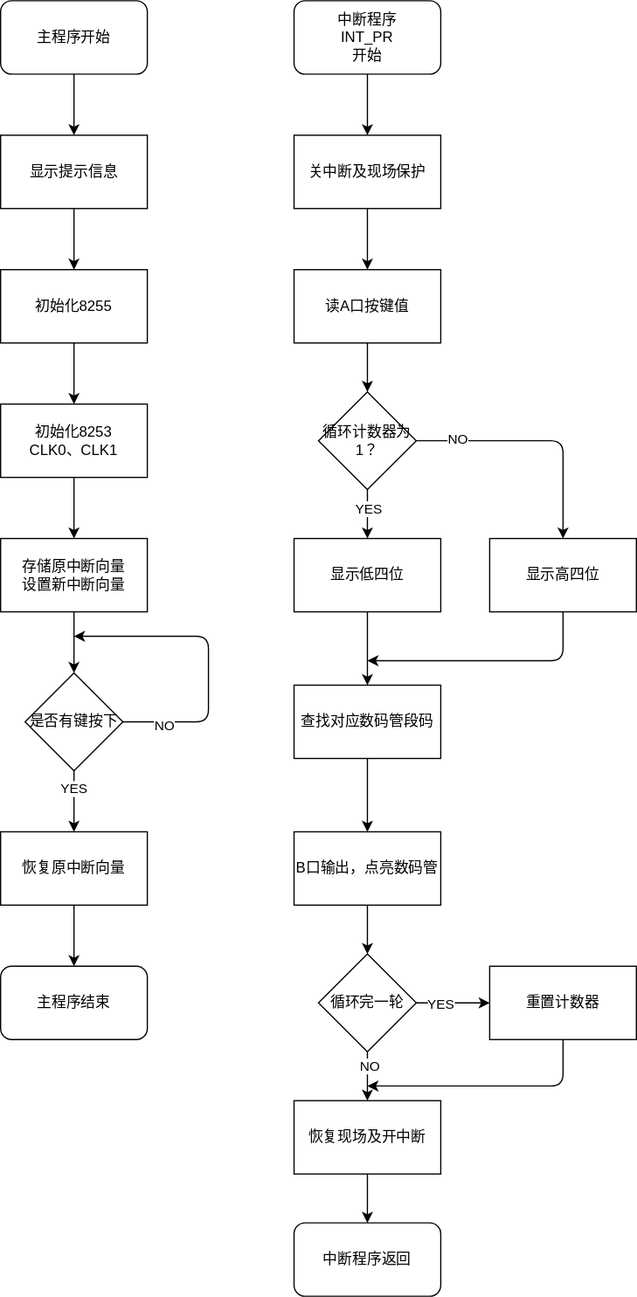
Earlier version of the draw.io export flow chart/basic_program.svg (stevenwwl/Microcomputer-Design-). Source tidied: cells renumbered, new cells last; positions are measured from the earlier drawing's top-left corner, leaving out a move shared by most shapes.
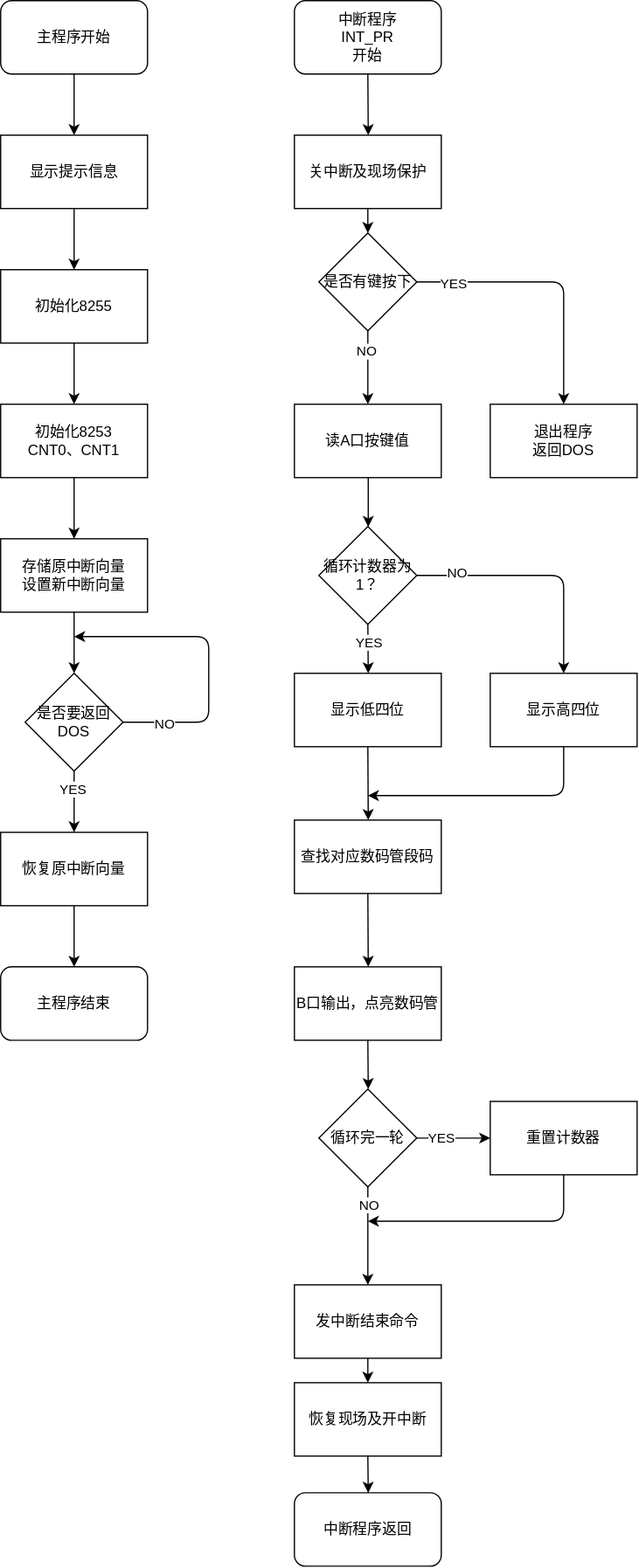
After the change.

Diff of the diagram source:
```diff
@@ -23,7 +23,7 @@
     <mxCell id="8" style="edgeStyle=orthogonalEdgeStyle;jettySize=auto;html=1;noEdgeStyle=1;orthogonal=1;" parent="1" edge="1" source="9" target="11">
       <mxGeometry relative="1" as="geometry" />
     </mxCell>
-    <mxCell id="9" value="初始化8253&lt;br&gt;CLK0、CLK1" style="whiteSpace=wrap;html=1;" parent="1" vertex="1">
+    <mxCell id="9" value="初始化8253&lt;br&gt;CNT0、CNT1" style="whiteSpace=wrap;html=1;" parent="1" vertex="1">
       <mxGeometry y="330" width="120" height="60" as="geometry" />
     </mxCell>
     <mxCell id="10" style="edgeStyle=orthogonalEdgeStyle;jettySize=auto;html=1;noEdgeStyle=1;orthogonal=1;" parent="1" edge="1" source="11" target="14">
@@ -38,7 +38,7 @@
     <mxCell id="13" value="YES" style="edgeLabel;html=1;align=center;verticalAlign=middle;" parent="12" vertex="1">
       <mxGeometry x="-0.44" y="-1" relative="1" as="geometry" />
     </mxCell>
-    <mxCell id="14" value="是否有键按下" style="rhombus;whiteSpace=wrap;html=1;" parent="1" vertex="1">
+    <mxCell id="14" value="是否要返回DOS" style="rhombus;whiteSpace=wrap;html=1;" parent="1" vertex="1">
       <mxGeometry x="20" y="550" width="80" height="80" as="geometry" />
     </mxCell>
     <mxCell id="15" value="主程序结束" style="whiteSpace=wrap;html=1;rounded=1;" parent="1" vertex="1">
@@ -61,109 +61,144 @@
     <mxCell id="19" value="中断程序&lt;br&gt;INT_PR&lt;br&gt;开始" style="whiteSpace=wrap;html=1;rounded=1;" parent="1" vertex="1">
       <mxGeometry x="240" width="120" height="60" as="geometry" />
     </mxCell>
-    <mxCell id="20" style="edgeStyle=elbowEdgeStyle;jettySize=auto;html=1;exitX=0.5;exitY=1;exitDx=0;exitDy=0;entryX=0.5;entryY=0;entryDx=0;entryDy=0;" parent="1" edge="1" source="21" target="23">
-      <mxGeometry relative="1" as="geometry" />
-    </mxCell>
     <mxCell id="21" value="关中断及现场保护" style="whiteSpace=wrap;html=1;" parent="1" vertex="1">
       <mxGeometry x="240" y="110" width="120" height="60" as="geometry" />
     </mxCell>
+    <mxCell id="47" style="edgeStyle=orthogonalEdgeStyle;rounded=0;jettySize=auto;html=1;exitX=0.5;exitY=1;exitDx=0;exitDy=0;entryX=0.5;entryY=0;entryDx=0;entryDy=0;" parent="1" edge="1" source="48" target="15">
+      <mxGeometry relative="1" as="geometry" />
+    </mxCell>
+    <mxCell id="48" value="恢复原中断向量" style="rounded=0;whiteSpace=wrap;html=1;" parent="1" vertex="1">
+      <mxGeometry y="680" width="120" height="60" as="geometry" />
+    </mxCell>
+    <mxCell id="49" style="group;" parent="1" vertex="1">
+      <mxGeometry x="240" y="330" width="280" height="950" as="geometry" />
+    </mxCell>
+    <mxCell id="23" value="读A口按键值" style="whiteSpace=wrap;html=1;" parent="49" vertex="1">
+      <mxGeometry width="120" height="60" as="geometry" />
+    </mxCell>
+    <mxCell id="28" value="循环计数器为1？" style="rhombus;whiteSpace=wrap;html=1;" parent="49" vertex="1">
+      <mxGeometry x="20" y="100" width="80" height="80" as="geometry" />
+    </mxCell>
-    <mxCell id="22" style="edgeStyle=elbowEdgeStyle;jettySize=auto;html=1;" parent="1" edge="1" source="23" target="28">
+    <mxCell id="22" style="edgeStyle=elbowEdgeStyle;jettySize=auto;html=1;" parent="49" edge="1" source="23" target="28">
       <mxGeometry relative="1" as="geometry" />
     </mxCell>
-    <mxCell id="23" value="读A口按键值" style="whiteSpace=wrap;html=1;" parent="1" vertex="1">
-      <mxGeometry x="240" y="220" width="120" height="60" as="geometry" />
-    </mxCell>
+    <mxCell id="30" value="显示低四位" style="whiteSpace=wrap;html=1;" parent="49" vertex="1">
+      <mxGeometry y="220" width="120" height="60" as="geometry" />
+    </mxCell>
-    <mxCell id="24" style="edgeStyle=elbowEdgeStyle;jettySize=auto;html=1;exitX=0.5;exitY=1;exitDx=0;exitDy=0;entryX=0.5;entryY=0;entryDx=0;entryDy=0;" parent="1" edge="1" source="28" target="30">
+    <mxCell id="24" style="edgeStyle=elbowEdgeStyle;jettySize=auto;html=1;exitX=0.5;exitY=1;exitDx=0;exitDy=0;entryX=0.5;entryY=0;entryDx=0;entryDy=0;" parent="49" edge="1" source="28" target="30">
       <mxGeometry relative="1" as="geometry" />
     </mxCell>
     <mxCell id="25" value="YES" style="edgeLabel;html=1;align=center;verticalAlign=middle;" parent="24" vertex="1">
       <mxGeometry x="-0.25" relative="1" as="geometry" />
     </mxCell>
+    <mxCell id="31" style="edgeStyle=elbowEdgeStyle;jettySize=auto;html=1;exitX=0.5;exitY=1;exitDx=0;exitDy=0;" parent="49" edge="1" source="32">
+      <mxGeometry relative="1" as="geometry">
+        <mxPoint x="60" y="320" as="targetPoint" />
+        <Array as="points">
+          <mxPoint x="220" y="310" />
+          <mxPoint x="190" y="310" />
+        </Array>
+      </mxGeometry>
+    </mxCell>
+    <mxCell id="32" value="显示高四位" style="whiteSpace=wrap;html=1;" parent="49" vertex="1">
+      <mxGeometry x="160" y="220" width="120" height="60" as="geometry" />
+    </mxCell>
-    <mxCell id="26" style="edgeStyle=elbowEdgeStyle;jettySize=auto;html=1;exitX=1;exitY=0.5;exitDx=0;exitDy=0;entryX=0.5;entryY=0;entryDx=0;entryDy=0;" parent="1" edge="1" source="28" target="32">
+    <mxCell id="26" style="edgeStyle=elbowEdgeStyle;jettySize=auto;html=1;exitX=1;exitY=0.5;exitDx=0;exitDy=0;entryX=0.5;entryY=0;entryDx=0;entryDy=0;" parent="49" edge="1" source="28" target="32">
       <mxGeometry relative="1" as="geometry">
         <Array as="points">
-          <mxPoint x="460" y="390" />
+          <mxPoint x="220" y="170" />
         </Array>
       </mxGeometry>
     </mxCell>
     <mxCell id="27" value="NO" style="edgeLabel;html=1;align=center;verticalAlign=middle;" parent="26" vertex="1">
       <mxGeometry x="-0.67" y="2" relative="1" as="geometry" />
     </mxCell>
-    <mxCell id="28" value="循环计数器为1？" style="rhombus;whiteSpace=wrap;html=1;" parent="1" vertex="1">
-      <mxGeometry x="260" y="320" width="80" height="80" as="geometry" />
-    </mxCell>
+    <mxCell id="34" value="查找对应数码管段码" style="whiteSpace=wrap;html=1;" parent="49" vertex="1">
+      <mxGeometry y="340" width="120" height="60" as="geometry" />
+    </mxCell>
-    <mxCell id="29" style="edgeStyle=elbowEdgeStyle;jettySize=auto;html=1;exitX=0.5;exitY=1;exitDx=0;exitDy=0;entryX=0.5;entryY=0;entryDx=0;entryDy=0;" parent="1" edge="1" source="30" target="34">
+    <mxCell id="29" style="edgeStyle=elbowEdgeStyle;jettySize=auto;html=1;exitX=0.5;exitY=1;exitDx=0;exitDy=0;entryX=0.5;entryY=0;entryDx=0;entryDy=0;" parent="49" edge="1" source="30" target="34">
       <mxGeometry relative="1" as="geometry" />
     </mxCell>
-    <mxCell id="30" value="显示低四位" style="whiteSpace=wrap;html=1;" parent="1" vertex="1">
-      <mxGeometry x="240" y="440" width="120" height="60" as="geometry" />
-    </mxCell>
-    <mxCell id="31" style="edgeStyle=elbowEdgeStyle;jettySize=auto;html=1;exitX=0.5;exitY=1;exitDx=0;exitDy=0;" parent="1" edge="1" source="32">
-      <mxGeometry relative="1" as="geometry">
-        <mxPoint x="300" y="540" as="targetPoint" />
-        <Array as="points">
-          <mxPoint x="460" y="530" />
-          <mxPoint x="430" y="530" />
-        </Array>
-      </mxGeometry>
-    </mxCell>
-    <mxCell id="32" value="显示高四位" style="whiteSpace=wrap;html=1;" parent="1" vertex="1">
-      <mxGeometry x="400" y="440" width="120" height="60" as="geometry" />
-    </mxCell>
+    <mxCell id="36" value="B口输出，点亮数码管" style="whiteSpace=wrap;html=1;" parent="49" vertex="1">
+      <mxGeometry y="460" width="120" height="60" as="geometry" />
+    </mxCell>
-    <mxCell id="33" style="edgeStyle=elbowEdgeStyle;jettySize=auto;html=1;exitX=0.5;exitY=1;exitDx=0;exitDy=0;entryX=0.5;entryY=0;entryDx=0;entryDy=0;" parent="1" edge="1" source="34" target="36">
+    <mxCell id="33" style="edgeStyle=elbowEdgeStyle;jettySize=auto;html=1;exitX=0.5;exitY=1;exitDx=0;exitDy=0;entryX=0.5;entryY=0;entryDx=0;entryDy=0;" parent="49" edge="1" source="34" target="36">
       <mxGeometry relative="1" as="geometry" />
     </mxCell>
-    <mxCell id="34" value="查找对应数码管段码" style="whiteSpace=wrap;html=1;" parent="1" vertex="1">
-      <mxGeometry x="240" y="560" width="120" height="60" as="geometry" />
-    </mxCell>
+    <mxCell id="41" value="循环完一轮" style="rhombus;whiteSpace=wrap;html=1;" parent="49" vertex="1">
+      <mxGeometry x="20" y="560" width="80" height="80" as="geometry" />
+    </mxCell>
-    <mxCell id="35" style="edgeStyle=elbowEdgeStyle;jettySize=auto;html=1;exitX=0.5;exitY=1;exitDx=0;exitDy=0;entryX=0.5;entryY=0;entryDx=0;entryDy=0;" parent="1" edge="1" source="36" target="41">
+    <mxCell id="35" style="edgeStyle=elbowEdgeStyle;jettySize=auto;html=1;exitX=0.5;exitY=1;exitDx=0;exitDy=0;entryX=0.5;entryY=0;entryDx=0;entryDy=0;" parent="49" edge="1" source="36" target="41">
       <mxGeometry relative="1" as="geometry" />
     </mxCell>
-    <mxCell id="36" value="B口输出，点亮数码管" style="whiteSpace=wrap;html=1;" parent="1" vertex="1">
-      <mxGeometry x="240" y="680" width="120" height="60" as="geometry" />
-    </mxCell>
+    <mxCell id="42" style="edgeStyle=elbowEdgeStyle;jettySize=auto;html=1;exitX=0.5;exitY=1;exitDx=0;exitDy=0;" parent="49" edge="1" source="43">
+      <mxGeometry relative="1" as="geometry">
+        <mxPoint x="60" y="668" as="targetPoint" />
+        <Array as="points">
+          <mxPoint x="220" y="650" />
+        </Array>
+      </mxGeometry>
+    </mxCell>
+    <mxCell id="43" value="重置计数器" style="whiteSpace=wrap;html=1;" parent="49" vertex="1">
+      <mxGeometry x="160" y="570" width="120" height="60" as="geometry" />
+    </mxCell>
-    <mxCell id="37" style="edgeStyle=elbowEdgeStyle;jettySize=auto;html=1;exitX=1;exitY=0.5;exitDx=0;exitDy=0;entryX=0;entryY=0.5;entryDx=0;entryDy=0;" parent="1" edge="1" source="41" target="43">
+    <mxCell id="37" style="edgeStyle=elbowEdgeStyle;jettySize=auto;html=1;exitX=1;exitY=0.5;exitDx=0;exitDy=0;entryX=0;entryY=0.5;entryDx=0;entryDy=0;" parent="49" edge="1" source="41" target="43">
       <mxGeometry relative="1" as="geometry" />
     </mxCell>
     <mxCell id="38" value="YES" style="edgeLabel;html=1;align=center;verticalAlign=middle;" parent="37" vertex="1">
       <mxGeometry x="-0.37" relative="1" as="geometry" />
     </mxCell>
+    <mxCell id="45" value="恢复现场及开中断" style="whiteSpace=wrap;html=1;" parent="49" vertex="1">
+      <mxGeometry y="800" width="120" height="60" as="geometry" />
+    </mxCell>
+    <mxCell id="46" value="中断程序返回" style="whiteSpace=wrap;html=1;rounded=1;glass=0;shadow=0;sketch=0;" parent="49" vertex="1">
+      <mxGeometry y="890" width="120" height="60" as="geometry" />
+    </mxCell>
+    <mxCell id="44" style="edgeStyle=elbowEdgeStyle;jettySize=auto;html=1;exitX=0.5;exitY=1;exitDx=0;exitDy=0;entryX=0.5;entryY=0;entryDx=0;entryDy=0;" parent="49" edge="1" source="45" target="46">
+      <mxGeometry relative="1" as="geometry" />
+    </mxCell>
+    <mxCell id="50" style="edgeStyle=orthogonalEdgeStyle;rounded=0;jettySize=auto;html=1;exitX=0.5;exitY=1;exitDx=0;exitDy=0;entryX=0.5;entryY=0;entryDx=0;entryDy=0;" parent="49" edge="1" source="51" target="45">
+      <mxGeometry relative="1" as="geometry" />
+    </mxCell>
+    <mxCell id="51" value="发中断结束命令" style="rounded=0;whiteSpace=wrap;html=1;" parent="49" vertex="1">
+      <mxGeometry y="720" width="120" height="60" as="geometry" />
+    </mxCell>
-    <mxCell id="39" style="edgeStyle=elbowEdgeStyle;jettySize=auto;html=1;exitX=0.5;exitY=1;exitDx=0;exitDy=0;entryX=0.5;entryY=0;entryDx=0;entryDy=0;" parent="1" edge="1" source="41" target="45">
-      <mxGeometry relative="1" as="geometry" />
+    <mxCell id="39" style="edgeStyle=elbowEdgeStyle;jettySize=auto;html=1;exitX=0.5;exitY=1;exitDx=0;exitDy=0;entryX=0.5;entryY=0;entryDx=0;entryDy=0;" parent="49" edge="1" source="41" target="51">
+      <mxGeometry relative="1" as="geometry">
+        <Array as="points">
+          <mxPoint x="60" y="680" />
+        </Array>
+      </mxGeometry>
     </mxCell>
     <mxCell id="40" value="NO" style="edgeLabel;html=1;align=center;verticalAlign=middle;" parent="39" vertex="1">
-      <mxGeometry x="-0.65" y="1" relative="1" as="geometry">
-        <mxPoint y="4" as="offset" />
-      </mxGeometry>
+      <mxGeometry x="-0.65" y="1" relative="1" as="geometry" />
     </mxCell>
-    <mxCell id="41" value="循环完一轮" style="rhombus;whiteSpace=wrap;html=1;" parent="1" vertex="1">
-      <mxGeometry x="260" y="780" width="80" height="80" as="geometry" />
-    </mxCell>
-    <mxCell id="42" style="edgeStyle=elbowEdgeStyle;jettySize=auto;html=1;exitX=0.5;exitY=1;exitDx=0;exitDy=0;" parent="1" edge="1" source="43">
-      <mxGeometry relative="1" as="geometry">
-        <mxPoint x="300" y="888" as="targetPoint" />
-        <Array as="points">
-          <mxPoint x="460" y="870" />
-        </Array>
-      </mxGeometry>
-    </mxCell>
-    <mxCell id="43" value="重置计数器" style="whiteSpace=wrap;html=1;" parent="1" vertex="1">
-      <mxGeometry x="400" y="790" width="120" height="60" as="geometry" />
-    </mxCell>
-    <mxCell id="44" style="edgeStyle=elbowEdgeStyle;jettySize=auto;html=1;exitX=0.5;exitY=1;exitDx=0;exitDy=0;entryX=0.5;entryY=0;entryDx=0;entryDy=0;" parent="1" edge="1" source="45" target="46">
-      <mxGeometry relative="1" as="geometry" />
-    </mxCell>
-    <mxCell id="45" value="恢复现场及开中断" style="whiteSpace=wrap;html=1;" parent="1" vertex="1">
-      <mxGeometry x="240" y="900" width="120" height="60" as="geometry" />
-    </mxCell>
-    <mxCell id="46" value="中断程序返回" style="whiteSpace=wrap;html=1;rounded=1;glass=0;shadow=0;sketch=0;" parent="1" vertex="1">
-      <mxGeometry x="240" y="1000" width="120" height="60" as="geometry" />
-    </mxCell>
-    <mxCell id="47" style="edgeStyle=orthogonalEdgeStyle;rounded=0;jettySize=auto;html=1;exitX=0.5;exitY=1;exitDx=0;exitDy=0;entryX=0.5;entryY=0;entryDx=0;entryDy=0;" parent="1" edge="1" source="48" target="15">
-      <mxGeometry relative="1" as="geometry" />
-    </mxCell>
-    <mxCell id="48" value="恢复原中断向量" style="rounded=0;whiteSpace=wrap;html=1;" parent="1" vertex="1">
-      <mxGeometry y="680" width="120" height="60" as="geometry" />
-    </mxCell>
+    <mxCell id="52" style="edgeStyle=orthogonalEdgeStyle;jettySize=auto;html=1;noEdgeStyle=1;orthogonal=1;exitX=0.5;exitY=1;exitDx=0;exitDy=0;" parent="1" edge="1" source="21" target="55">
+      <mxGeometry relative="1" as="geometry" />
+    </mxCell>
+    <mxCell id="53" style="edgeStyle=orthogonalEdgeStyle;jettySize=auto;html=1;exitDx=0;exitDy=0;noEdgeStyle=1;orthogonal=1;entryX=0.5;entryY=0;entryDx=0;entryDy=0;" parent="1" edge="1" source="55" target="23">
+      <mxGeometry relative="1" as="geometry" />
+    </mxCell>
+    <mxCell id="54" value="NO" style="edgeLabel;html=1;align=center;verticalAlign=middle;" parent="53" vertex="1">
+      <mxGeometry x="-0.44" y="-1" relative="1" as="geometry" />
+    </mxCell>
+    <mxCell id="55" value="是否有键按下" style="rhombus;whiteSpace=wrap;html=1;" parent="1" vertex="1">
+      <mxGeometry x="260" y="190" width="80" height="80" as="geometry" />
+    </mxCell>
+    <mxCell id="56" style="endArrow=classic;html=1;exitX=1;exitY=0.5;exitDx=0;exitDy=0;edgeStyle=elbowEdgeStyle;entryX=0.5;entryY=0;entryDx=0;entryDy=0;" parent="1" edge="1" source="55" target="58">
+      <mxGeometry relative="1" as="geometry">
+        <Array as="points">
+          <mxPoint x="460" y="280" />
+          <mxPoint x="400" y="230" />
+          <mxPoint x="410" y="240" />
+        </Array>
+      </mxGeometry>
+    </mxCell>
+    <mxCell id="57" value="YES" style="edgeLabel;html=1;align=center;verticalAlign=middle;" parent="56" vertex="1">
+      <mxGeometry x="-0.73" y="-2" relative="1" as="geometry" />
+    </mxCell>
+    <mxCell id="58" value="退出程序&lt;br&gt;返回DOS" style="rounded=0;whiteSpace=wrap;html=1;" parent="1" vertex="1">
+      <mxGeometry x="400" y="330" width="120" height="60" as="geometry" />
+    </mxCell>
   </root>
 </mxGraphModel>
```
